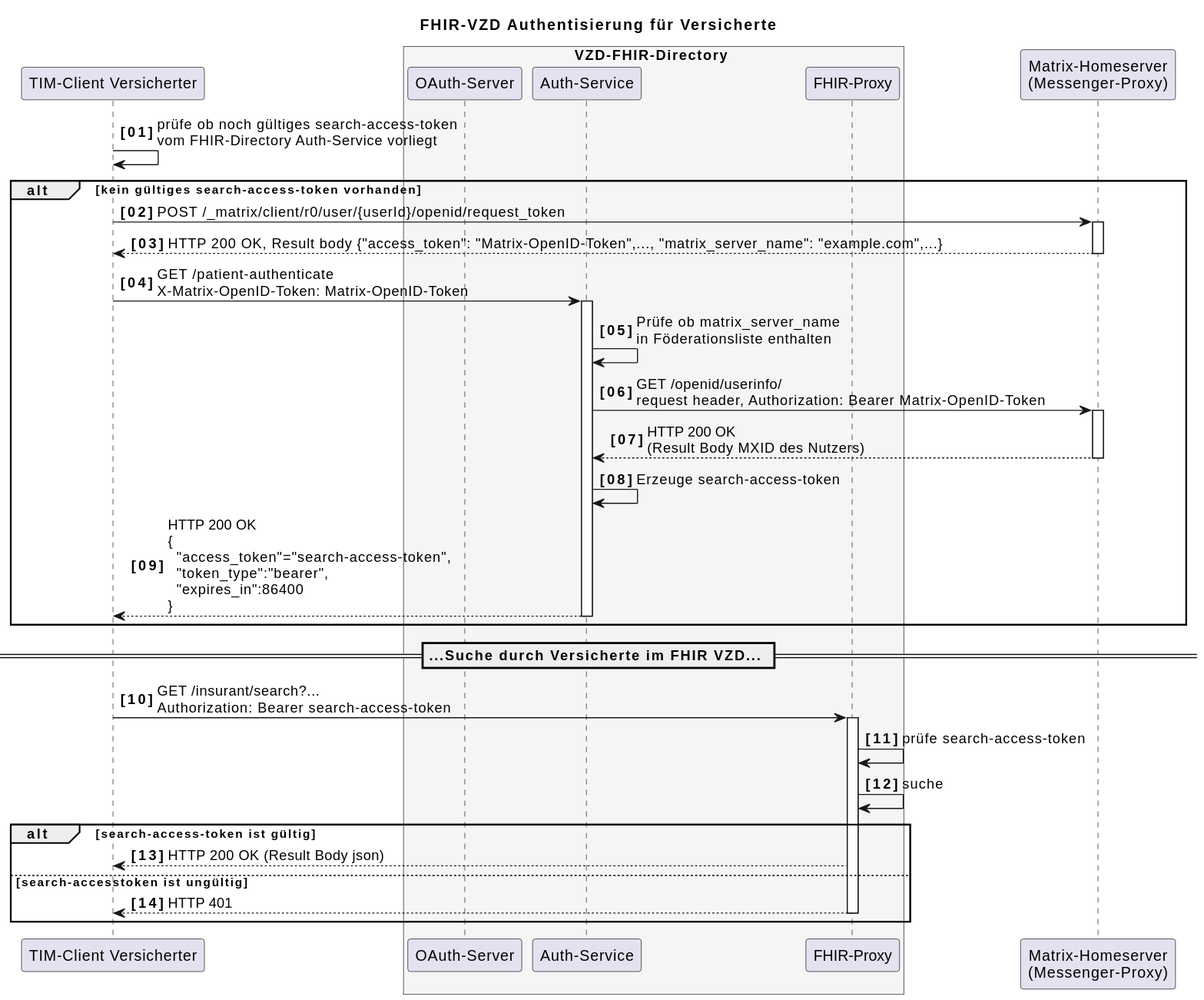
Before: images/diagrams/SequenceDiagram.FHIR-Directory.fdv.search.tim.svg, a diagram exported from PlantUML (gematik/api-vzd).
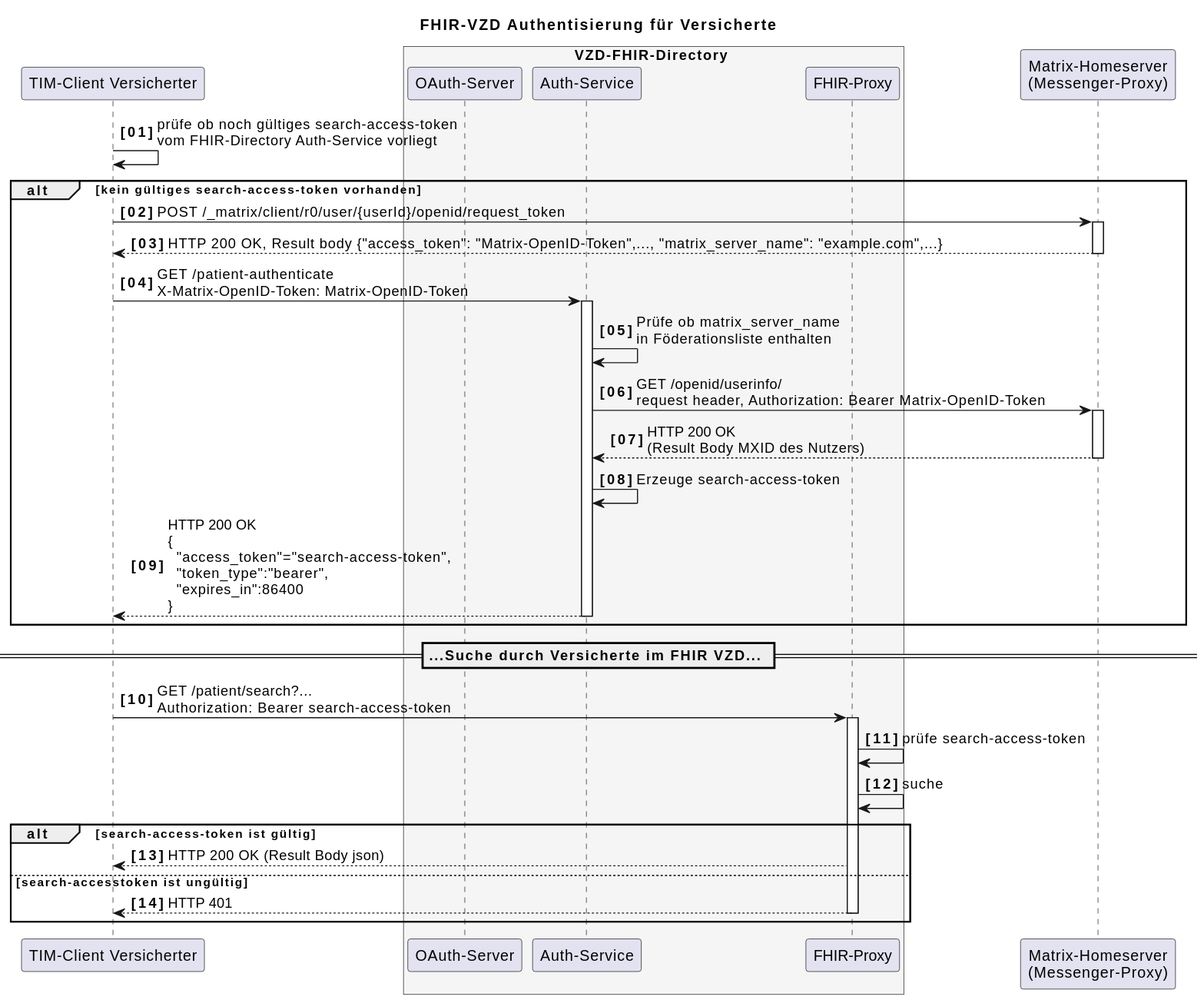
Above is the later version.

The edit, as a diff of the source:
```diff
@@ -36,7 +36,7 @@
 
 == ...Suche durch Versicherte im FHIR VZD... ==
 
-VClient -> fp: GET /insurant/search?...\nAuthorization: Bearer search-access-token
+VClient -> fp: GET /patient/search?...\nAuthorization: Bearer search-access-token
 activate fp
 fp -> fp: prüfe search-access-token
 fp -> fp: suche
```
